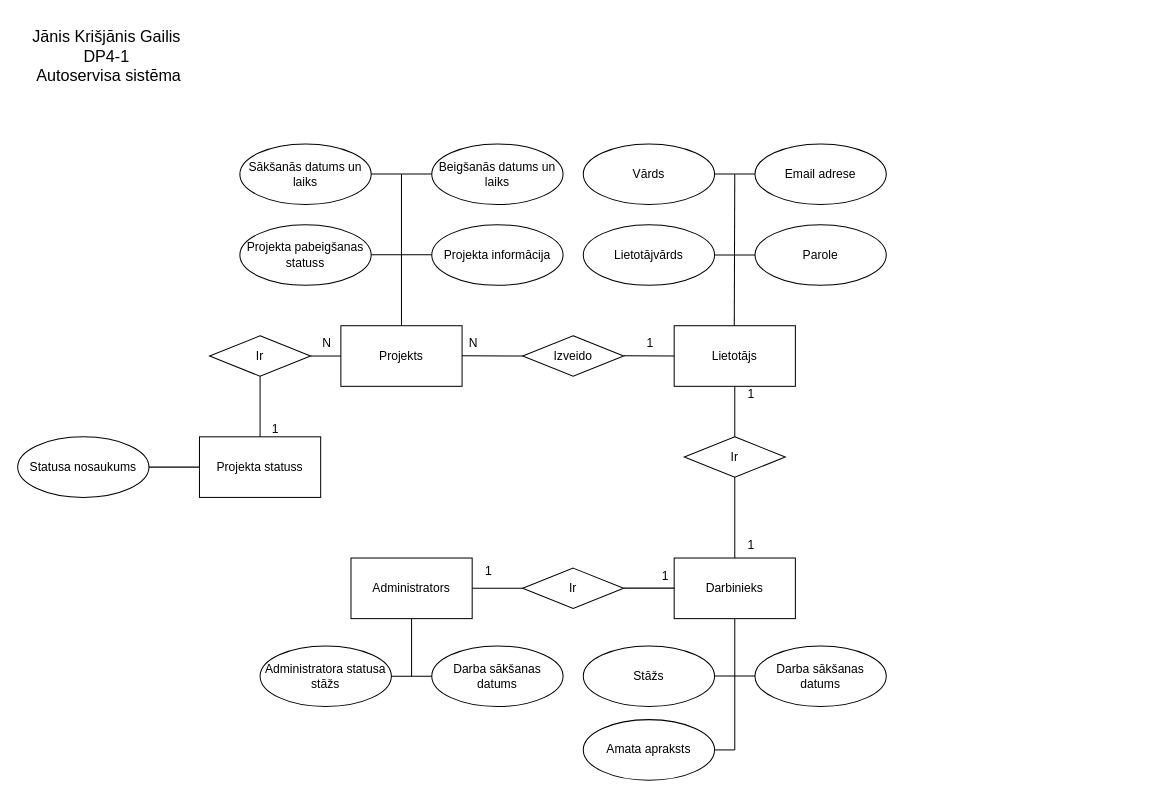
mimumi2005/U-M-Auto keeps this draw.io diagram as ER_diagramma.drawio. Above is the earlier version. Source tidied: cells renumbered, new cells numbered last; positions are measured from the earlier drawing's top-left corner, leaving out a move shared by most shapes. Both pictures are drawn from the tidied source at 101%, with x=0, y=0 at pixel (17, 17).
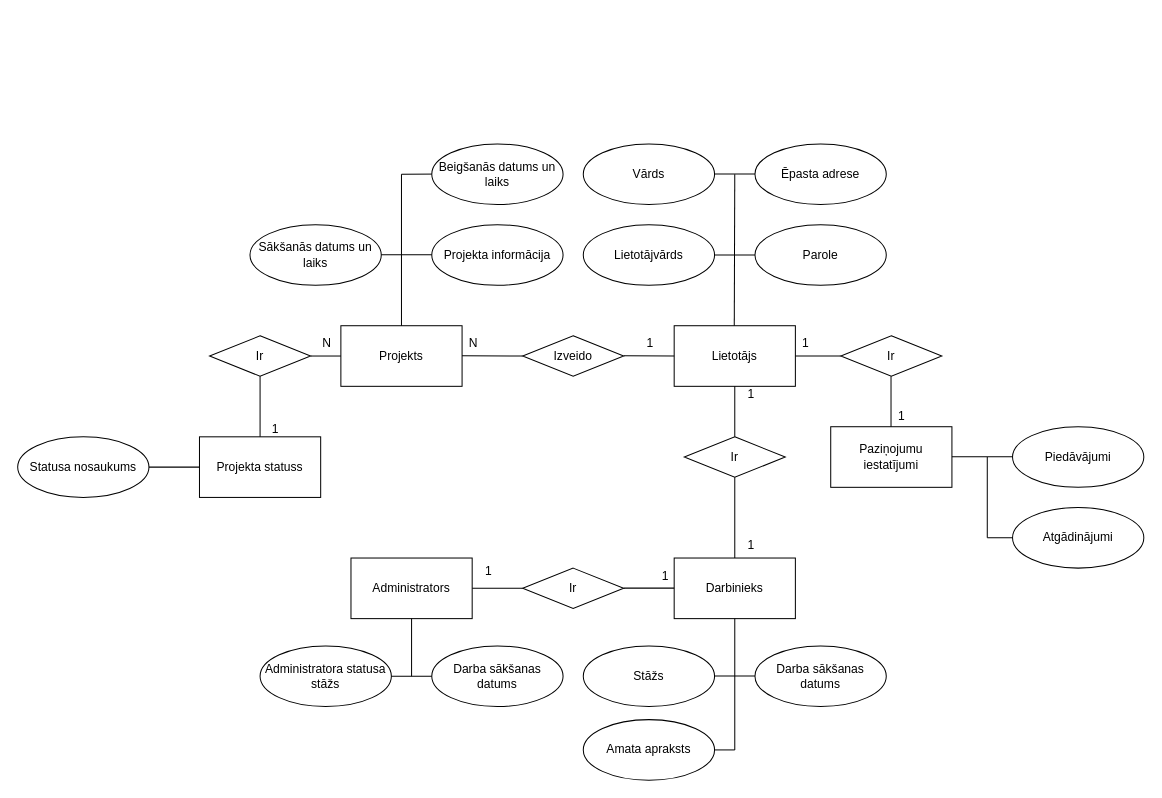
The same diagram, later.

The edit, as a diff of the source:
```diff
@@
     <mxCell id="14" style="endArrow=none;html=1;rounded=0;" parent="1" edge="1">
       <mxGeometry relative="1" as="geometry">
-        <mxPoint x="330" y="154.8" as="sourcePoint" />
+        <mxPoint x="380" y="155" as="sourcePoint" />
         <mxPoint x="425" y="154.8" as="targetPoint" />
       </mxGeometry>
     </mxCell>
     <mxCell id="15" value="Sākšanās datums un laiks" style="ellipse;whiteSpace=wrap;html=1;" parent="1" vertex="1">
-      <mxGeometry x="220" y="125" width="130" height="60" as="geometry" />
+      <mxGeometry x="230" y="205" width="130" height="60" as="geometry" />
     </mxCell>
@@
-    <mxCell id="19" value="Projekta pabeigšanas statuss" style="ellipse;whiteSpace=wrap;html=1;" parent="1" vertex="1">
-      <mxGeometry x="220" y="205" width="130" height="60" as="geometry" />
-    </mxCell>
@@
-    <mxCell id="23" value="Email adrese" style="ellipse;whiteSpace=wrap;html=1;" parent="1" vertex="1">
+    <mxCell id="23" value="Ēpasta adrese" style="ellipse;whiteSpace=wrap;html=1;" parent="1" vertex="1">
       <mxGeometry x="730" y="125" width="130" height="60" as="geometry" />
     </mxCell>
@@
-    <mxCell id="53" value="&lt;div style=&quot;font-size: 16px;&quot;&gt;&lt;font style=&quot;font-size: 16px;&quot;&gt;Jānis Krišjānis Gailis&amp;nbsp;&lt;/font&gt;&lt;/div&gt;&lt;div style=&quot;font-size: 16px;&quot;&gt;&lt;font style=&quot;font-size: 16px;&quot;&gt;DP4-1&amp;nbsp;&lt;/font&gt;&lt;/div&gt;&lt;div style=&quot;font-size: 16px;&quot;&gt;&lt;font style=&quot;font-size: 16px;&quot;&gt;Autoservisa sistēma&lt;/font&gt;&lt;/div&gt;" style="text;html=1;align=center;verticalAlign=middle;strokeColor=none;fillColor=none;" parent="1" vertex="1">
-      <mxGeometry x="5" width="170" height="75" as="geometry" />
-    </mxCell>
+    <mxCell id="54" value="Paziņojumu&lt;div&gt;iestatījumi&lt;/div&gt;" style="rounded=0;whiteSpace=wrap;html=1;" parent="1" vertex="1">
+      <mxGeometry x="805" y="405" width="120" height="60" as="geometry" />
+    </mxCell>
+    <mxCell id="55" value="1" style="text;html=1;align=center;verticalAlign=middle;strokeColor=none;fillColor=none;" parent="1" vertex="1">
+      <mxGeometry x="765" y="308" width="30" height="30" as="geometry" />
+    </mxCell>
+    <mxCell id="56" value="1" style="text;html=1;align=center;verticalAlign=middle;strokeColor=none;fillColor=none;" parent="1" vertex="1">
+      <mxGeometry x="860" y="380" width="30" height="30" as="geometry" />
+    </mxCell>
+    <mxCell id="57" value="Ir" style="rhombus;whiteSpace=wrap;html=1;" parent="1" vertex="1">
+      <mxGeometry x="815" y="315" width="100" height="40" as="geometry" />
+    </mxCell>
+    <mxCell id="58" style="endArrow=none;html=1;rounded=0;entryX=0.5;entryY=1;entryDx=0;entryDy=0;exitX=0.5;exitY=0;exitDx=0;exitDy=0;" parent="1" edge="1">
+      <mxGeometry relative="1" as="geometry">
+        <mxPoint x="864.7" y="405" as="sourcePoint" />
+        <mxPoint x="864.7" y="355" as="targetPoint" />
+      </mxGeometry>
+    </mxCell>
+    <mxCell id="59" style="endArrow=none;html=1;rounded=0;entryX=0;entryY=0.5;entryDx=0;entryDy=0;" parent="1" edge="1">
+      <mxGeometry relative="1" as="geometry">
+        <mxPoint x="770" y="335" as="sourcePoint" />
+        <mxPoint x="815" y="335" as="targetPoint" />
+      </mxGeometry>
+    </mxCell>
+    <mxCell id="60" style="endArrow=none;html=1;rounded=0;entryX=0;entryY=0.5;entryDx=0;entryDy=0;" parent="1" edge="1">
+      <mxGeometry relative="1" as="geometry">
+        <mxPoint x="925" y="434.7" as="sourcePoint" />
+        <mxPoint x="1015" y="434.7" as="targetPoint" />
+      </mxGeometry>
+    </mxCell>
+    <mxCell id="61" value="Piedāvājumi" style="ellipse;whiteSpace=wrap;html=1;" parent="1" vertex="1">
+      <mxGeometry x="985" y="405" width="130" height="60" as="geometry" />
+    </mxCell>
+    <mxCell id="62" style="endArrow=none;html=1;rounded=0;" parent="1" edge="1">
+      <mxGeometry relative="1" as="geometry">
+        <mxPoint x="960" y="435" as="sourcePoint" />
+        <mxPoint x="960" y="515" as="targetPoint" />
+      </mxGeometry>
+    </mxCell>
+    <mxCell id="63" style="endArrow=none;html=1;rounded=0;" parent="1" edge="1">
+      <mxGeometry relative="1" as="geometry">
+        <mxPoint x="960" y="515" as="sourcePoint" />
+        <mxPoint x="995" y="515" as="targetPoint" />
+      </mxGeometry>
+    </mxCell>
+    <mxCell id="64" value="Atgādinājumi" style="ellipse;whiteSpace=wrap;html=1;" parent="1" vertex="1">
+      <mxGeometry x="985" y="485" width="130" height="60" as="geometry" />
+    </mxCell>
```
